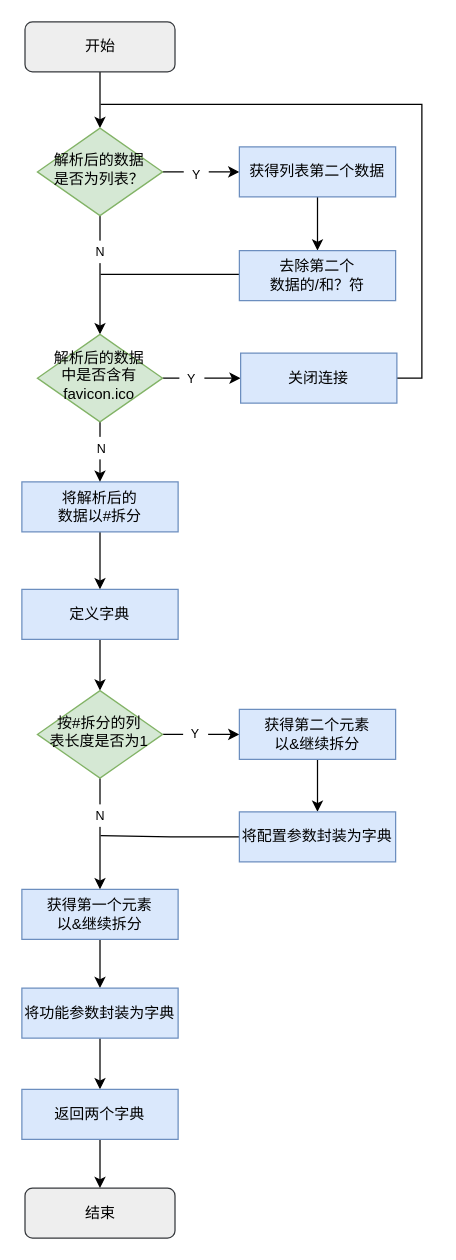
KAZAMA-DREAM/picture keeps this draw.io diagram as 参数封装器.drawio. Above is the earlier version. Source tidied: cells renumbered, new cells numbered last; positions are measured from the earlier drawing's top-left corner, leaving out a move shared by most shapes. Both pictures are drawn from the tidied source at 125%, with x=0, y=0 at pixel (21, 21).
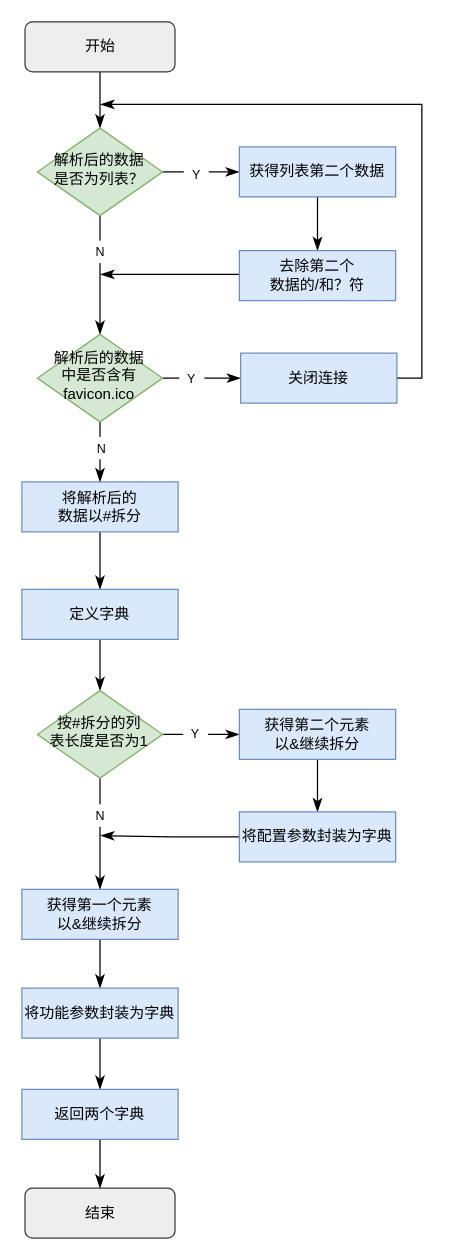
Above is the later version.

Commit message:
更新参数封装器.drawio

Unchanged cells that the change refers to:
```xml
<mxCell id="3" value="开始" style="rounded=1;whiteSpace=wrap;html=1;fontSize=12;glass=0;strokeWidth=1;shadow=0;fillColor=#eeeeee;strokeColor=#36393d;" parent="1" vertex="1">
  <mxGeometry x="2.5" width="120" height="40" as="geometry" />
</mxCell>
<mxCell id="5" value="定义字典" style="rounded=0;whiteSpace=wrap;html=1;fillColor=#dae8fc;strokeColor=#6c8ebf;" parent="1" vertex="1">
  <mxGeometry y="454" width="125" height="40" as="geometry" />
</mxCell>
<mxCell id="8" value="解析后的数据&lt;br&gt;是否为列表？" style="rhombus;whiteSpace=wrap;html=1;shadow=0;fontFamily=Helvetica;fontSize=12;align=center;strokeWidth=1;spacing=6;spacingTop=-4;fillColor=#d5e8d4;strokeColor=#82b366;" parent="1" vertex="1">
  <mxGeometry x="12.4" y="85" width="100.2" height="70" as="geometry" />
</mxCell>
<mxCell id="9" value="结束" style="rounded=1;whiteSpace=wrap;html=1;fontSize=12;glass=0;strokeWidth=1;shadow=0;fillColor=#eeeeee;strokeColor=#36393d;" parent="1" vertex="1">
  <mxGeometry x="2.5" y="933" width="120" height="40" as="geometry" />
</mxCell>
<mxCell id="12" value="获得列表第二个数据" style="rounded=0;whiteSpace=wrap;html=1;fillColor=#dae8fc;strokeColor=#6c8ebf;" parent="1" vertex="1">
  <mxGeometry x="174" y="100" width="125" height="40" as="geometry" />
</mxCell>
<mxCell id="15" value="去除第二个&lt;br&gt;数据的/和？符" style="rounded=0;whiteSpace=wrap;html=1;fillColor=#dae8fc;strokeColor=#6c8ebf;" parent="1" vertex="1">
  <mxGeometry x="174" y="183" width="125" height="40" as="geometry" />
</mxCell>
<mxCell id="17" value="将解析后的&lt;br&gt;数据以#拆分" style="rounded=0;whiteSpace=wrap;html=1;fillColor=#dae8fc;strokeColor=#6c8ebf;" parent="1" vertex="1">
  <mxGeometry y="368" width="125" height="40" as="geometry" />
</mxCell>
<mxCell id="20" value="解析后的数据&lt;br&gt;中是否含有favicon.ico" style="rhombus;whiteSpace=wrap;html=1;shadow=0;fontFamily=Helvetica;fontSize=12;align=center;strokeWidth=1;spacing=6;spacingTop=-4;fillColor=#d5e8d4;strokeColor=#82b366;" parent="1" vertex="1">
  <mxGeometry x="12.4" y="250" width="100.2" height="70" as="geometry" />
</mxCell>
<mxCell id="23" value="关闭连接" style="rounded=0;whiteSpace=wrap;html=1;fillColor=#dae8fc;strokeColor=#6c8ebf;" parent="1" vertex="1">
  <mxGeometry x="175" y="265" width="125" height="40" as="geometry" />
</mxCell>
<mxCell id="26" value="获得第一个元素&lt;br&gt;以&amp;amp;继续拆分" style="rounded=0;whiteSpace=wrap;html=1;fillColor=#dae8fc;strokeColor=#6c8ebf;" parent="1" vertex="1">
  <mxGeometry y="694" width="125" height="40" as="geometry" />
</mxCell>
<mxCell id="29" value="按#拆分的列&lt;br&gt;表长度是否为1" style="rhombus;whiteSpace=wrap;html=1;shadow=0;fontFamily=Helvetica;fontSize=12;align=center;strokeWidth=1;spacing=6;spacingTop=-4;fillColor=#d5e8d4;strokeColor=#82b366;" parent="1" vertex="1">
  <mxGeometry x="12.4" y="535" width="100.2" height="70" as="geometry" />
</mxCell>
<mxCell id="32" value="获得第二个元素&lt;br&gt;以&amp;amp;继续拆分" style="rounded=0;whiteSpace=wrap;html=1;fillColor=#dae8fc;strokeColor=#6c8ebf;" parent="1" vertex="1">
  <mxGeometry x="174" y="550" width="125" height="40" as="geometry" />
</mxCell>
<mxCell id="34" value="将配置参数封装为字典" style="rounded=0;whiteSpace=wrap;html=1;fillColor=#dae8fc;strokeColor=#6c8ebf;" parent="1" vertex="1">
  <mxGeometry x="174" y="632" width="125" height="40" as="geometry" />
</mxCell>
<mxCell id="36" value="将功能参数封装为字典" style="rounded=0;whiteSpace=wrap;html=1;fillColor=#dae8fc;strokeColor=#6c8ebf;" parent="1" vertex="1">
  <mxGeometry y="773" width="125" height="40" as="geometry" />
</mxCell>
<mxCell id="38" value="返回两个字典" style="rounded=0;whiteSpace=wrap;html=1;fillColor=#dae8fc;strokeColor=#6c8ebf;" parent="1" vertex="1">
  <mxGeometry y="854" width="125" height="40" as="geometry" />
</mxCell>
```

The edit, as a diff of the source:
```diff
@@
-    <mxCell id="2" style="edgeStyle=orthogonalEdgeStyle;rounded=0;jettySize=auto;html=1;entryX=0.5;entryY=0;entryDx=0;entryDy=0;" parent="1" edge="1" source="3" target="8">
+    <mxCell id="2" style="edgeStyle=orthogonalEdgeStyle;rounded=0;jettySize=auto;html=1;entryX=0.5;entryY=0;entryDx=0;entryDy=0;endArrow=classicThin;endFill=1;endSize=8;" parent="1" edge="1" source="3" target="8">
       <mxGeometry relative="1" as="geometry" />
     </mxCell>
@@
-    <mxCell id="4" style="edgeStyle=orthogonalEdgeStyle;rounded=0;jettySize=auto;html=1;" parent="1" edge="1" source="5" target="29">
+    <mxCell id="4" style="edgeStyle=orthogonalEdgeStyle;rounded=0;jettySize=auto;html=1;endSize=8;endArrow=classicThin;endFill=1;" parent="1" edge="1" source="5" target="29">
       <mxGeometry relative="1" as="geometry" />
     </mxCell>
@@
-    <mxCell id="6" style="edgeStyle=orthogonalEdgeStyle;rounded=0;jettySize=auto;html=1;entryX=0.5;entryY=0;entryDx=0;entryDy=0;" parent="1" edge="1" source="8" target="20">
+    <mxCell id="6" style="edgeStyle=orthogonalEdgeStyle;rounded=0;jettySize=auto;html=1;entryX=0.5;entryY=0;entryDx=0;entryDy=0;endSize=8;endArrow=classicThin;endFill=1;" parent="1" edge="1" source="8" target="20">
       <mxGeometry relative="1" as="geometry" />
     </mxCell>
-    <mxCell id="7" style="edgeStyle=orthogonalEdgeStyle;rounded=0;jettySize=auto;html=1;" parent="1" edge="1" source="8" target="12">
+    <mxCell id="7" style="edgeStyle=orthogonalEdgeStyle;rounded=0;jettySize=auto;html=1;endSize=8;endArrow=classicThin;endFill=1;" parent="1" edge="1" source="8" target="12">
       <mxGeometry relative="1" as="geometry" />
     </mxCell>
@@
-    <mxCell id="11" style="edgeStyle=orthogonalEdgeStyle;rounded=0;jettySize=auto;html=1;" parent="1" edge="1" source="12" target="15">
+    <mxCell id="11" style="edgeStyle=orthogonalEdgeStyle;rounded=0;jettySize=auto;html=1;endArrow=classicThin;endFill=1;endSize=8;" parent="1" edge="1" source="12" target="15">
       <mxGeometry relative="1" as="geometry" />
     </mxCell>
@@
-    <mxCell id="14" style="edgeStyle=orthogonalEdgeStyle;rounded=0;jettySize=auto;html=1;endArrow=none;endFill=0;" parent="1" edge="1" source="15">
+    <mxCell id="14" style="edgeStyle=orthogonalEdgeStyle;rounded=0;jettySize=auto;html=1;endArrow=classicThin;endFill=1;endSize=8;" parent="1" edge="1" source="15">
       <mxGeometry relative="1" as="geometry">
         <mxPoint x="63" y="202" as="targetPoint" />
         <Array as="points">
           <mxPoint x="63" y="203" />
         </Array>
       </mxGeometry>
     </mxCell>
@@
-    <mxCell id="16" style="edgeStyle=orthogonalEdgeStyle;rounded=0;jettySize=auto;html=1;" parent="1" edge="1" source="17" target="5">
+    <mxCell id="16" style="edgeStyle=orthogonalEdgeStyle;rounded=0;jettySize=auto;html=1;endSize=8;endArrow=classicThin;endFill=1;" parent="1" edge="1" source="17" target="5">
       <mxGeometry relative="1" as="geometry" />
     </mxCell>
@@
-    <mxCell id="18" style="edgeStyle=orthogonalEdgeStyle;rounded=0;jettySize=auto;html=1;" parent="1" edge="1" source="20" target="17">
+    <mxCell id="18" style="edgeStyle=orthogonalEdgeStyle;rounded=0;jettySize=auto;html=1;endArrow=classicThin;endFill=1;endSize=8;" parent="1" edge="1" source="20" target="17">
       <mxGeometry relative="1" as="geometry" />
     </mxCell>
-    <mxCell id="19" style="edgeStyle=orthogonalEdgeStyle;rounded=0;jettySize=auto;html=1;entryX=0;entryY=0.5;entryDx=0;entryDy=0;" parent="1" edge="1" source="20" target="23">
+    <mxCell id="19" style="edgeStyle=orthogonalEdgeStyle;rounded=0;jettySize=auto;html=1;entryX=0;entryY=0.5;entryDx=0;entryDy=0;endSize=8;endArrow=classicThin;endFill=1;" parent="1" edge="1" source="20" target="23">
       <mxGeometry relative="1" as="geometry" />
     </mxCell>
@@
-    <mxCell id="22" style="edgeStyle=orthogonalEdgeStyle;rounded=0;jettySize=auto;html=1;exitX=1;exitY=0.5;exitDx=0;exitDy=0;endArrow=none;endFill=0;" parent="1" edge="1" source="23">
+    <mxCell id="22" style="edgeStyle=orthogonalEdgeStyle;rounded=0;jettySize=auto;html=1;exitX=1;exitY=0.5;exitDx=0;exitDy=0;endArrow=classicThin;endFill=1;endSize=8;" parent="1" edge="1" source="23">
       <mxGeometry relative="1" as="geometry">
         <mxPoint x="63" y="66" as="targetPoint" />
         <Array as="points">
           <mxPoint x="320" y="285" />
           <mxPoint x="320" y="66" />
           <mxPoint x="90" y="66" />
         </Array>
       </mxGeometry>
     </mxCell>
@@
-    <mxCell id="25" style="edgeStyle=orthogonalEdgeStyle;rounded=0;jettySize=auto;html=1;" parent="1" edge="1" source="26" target="36">
+    <mxCell id="25" style="edgeStyle=orthogonalEdgeStyle;rounded=0;jettySize=auto;html=1;endSize=8;endArrow=classicThin;endFill=1;" parent="1" edge="1" source="26" target="36">
       <mxGeometry relative="1" as="geometry" />
     </mxCell>
@@
-    <mxCell id="27" style="edgeStyle=orthogonalEdgeStyle;rounded=0;jettySize=auto;html=1;" parent="1" edge="1" source="29" target="26">
+    <mxCell id="27" style="edgeStyle=orthogonalEdgeStyle;rounded=0;jettySize=auto;html=1;endArrow=classicThin;endFill=1;endSize=8;" parent="1" edge="1" source="29" target="26">
       <mxGeometry relative="1" as="geometry" />
     </mxCell>
-    <mxCell id="28" style="edgeStyle=orthogonalEdgeStyle;rounded=0;jettySize=auto;html=1;" parent="1" edge="1" source="29" target="32">
+    <mxCell id="28" style="edgeStyle=orthogonalEdgeStyle;rounded=0;jettySize=auto;html=1;endArrow=classicThin;endFill=1;endSize=8;" parent="1" edge="1" source="29" target="32">
       <mxGeometry relative="1" as="geometry" />
     </mxCell>
@@
-    <mxCell id="31" style="edgeStyle=orthogonalEdgeStyle;rounded=0;jettySize=auto;html=1;" parent="1" edge="1" source="32" target="34">
+    <mxCell id="31" style="edgeStyle=orthogonalEdgeStyle;rounded=0;jettySize=auto;html=1;endArrow=classicThin;endFill=1;endSize=8;" parent="1" edge="1" source="32" target="34">
       <mxGeometry relative="1" as="geometry" />
     </mxCell>
@@
-    <mxCell id="33" style="edgeStyle=orthogonalEdgeStyle;rounded=0;jettySize=auto;html=1;endArrow=none;endFill=0;" parent="1" edge="1" source="34">
+    <mxCell id="33" style="edgeStyle=orthogonalEdgeStyle;rounded=0;jettySize=auto;html=1;endArrow=classicThin;endFill=1;endSize=8;" parent="1" edge="1" source="34">
       <mxGeometry relative="1" as="geometry">
         <mxPoint x="63" y="651" as="targetPoint" />
       </mxGeometry>
     </mxCell>
@@
-    <mxCell id="35" style="edgeStyle=orthogonalEdgeStyle;rounded=0;jettySize=auto;html=1;" parent="1" edge="1" source="36" target="38">
+    <mxCell id="35" style="edgeStyle=orthogonalEdgeStyle;rounded=0;jettySize=auto;html=1;endSize=8;endArrow=classicThin;endFill=1;" parent="1" edge="1" source="36" target="38">
       <mxGeometry relative="1" as="geometry" />
     </mxCell>
@@
-    <mxCell id="37" style="edgeStyle=orthogonalEdgeStyle;rounded=0;jettySize=auto;html=1;" parent="1" edge="1" source="38" target="9">
+    <mxCell id="37" style="edgeStyle=orthogonalEdgeStyle;rounded=0;jettySize=auto;html=1;endSize=8;endArrow=classicThin;endFill=1;" parent="1" edge="1" source="38" target="9">
       <mxGeometry relative="1" as="geometry" />
     </mxCell>
```
